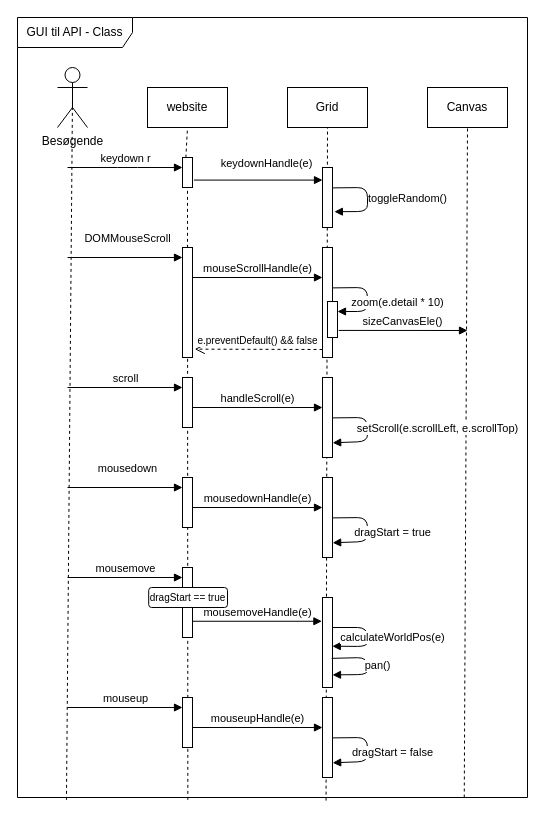
Before: GUI/sekvens/GUI - SD.drawio in I4PRJ-Gridder/Diagrammer, a draw.io diagram. Source tidied: cells renumbered, new cells numbered last; positions are measured from the earlier drawing's top-left corner, leaving out a move shared by most shapes. Both pictures are drawn from the tidied source at 100%, with x=0, y=0 at pixel (17, 17).
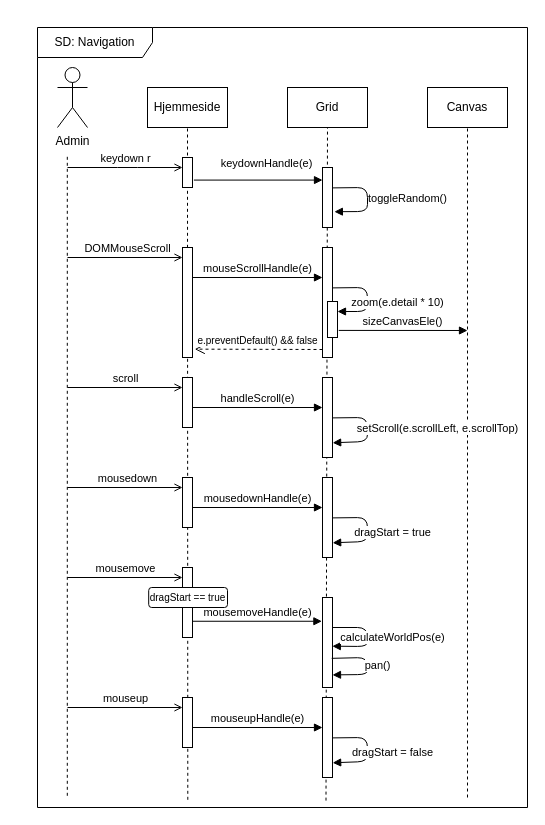
Above is the later version.

Unchanged cells that the change refers to:
```xml
<mxCell id="5" value="Grid" style="rounded=0;whiteSpace=wrap;html=1;" parent="1" vertex="1">
  <mxGeometry x="270" y="70" width="80" height="40" as="geometry" />
</mxCell>
<mxCell id="6" value="Canvas" style="rounded=0;whiteSpace=wrap;html=1;" parent="1" vertex="1">
  <mxGeometry x="410" y="70" width="80" height="40" as="geometry" />
</mxCell>
<mxCell id="11" style="html=1;points=[];perimeter=orthogonalPerimeter;" parent="1" vertex="1">
  <mxGeometry x="165" y="140" width="10" height="30" as="geometry" />
</mxCell>
<mxCell id="15" style="html=1;points=[];perimeter=orthogonalPerimeter;" parent="1" vertex="1">
  <mxGeometry x="165" y="230" width="10" height="110" as="geometry" />
</mxCell>
<mxCell id="25" style="html=1;points=[];perimeter=orthogonalPerimeter;" parent="1" vertex="1">
  <mxGeometry x="165" y="360" width="10" height="50" as="geometry" />
</mxCell>
<mxCell id="30" style="html=1;points=[];perimeter=orthogonalPerimeter;" parent="1" vertex="1">
  <mxGeometry x="165" y="460" width="10" height="50" as="geometry" />
</mxCell>
<mxCell id="35" style="html=1;points=[];perimeter=orthogonalPerimeter;" parent="1" vertex="1">
  <mxGeometry x="165" y="550" width="10" height="70" as="geometry" />
</mxCell>
<mxCell id="40" style="html=1;points=[];perimeter=orthogonalPerimeter;" parent="1" vertex="1">
  <mxGeometry x="165" y="680" width="10" height="50" as="geometry" />
</mxCell>
```

Diff of the diagram source:
```diff
@@
-    <mxCell id="2" value="GUI til API - Class" style="shape=umlFrame;whiteSpace=wrap;html=1;width=115;height=30;" parent="1" vertex="1">
-      <mxGeometry width="510" height="780" as="geometry" />
-    </mxCell>
-    <mxCell id="3" value="Besøgende" style="shape=umlActor;verticalLabelPosition=bottom;verticalAlign=top;html=1;outlineConnect=0;" parent="1" vertex="1">
+    <mxCell id="3" value="Admin" style="shape=umlActor;verticalLabelPosition=bottom;verticalAlign=top;html=1;outlineConnect=0;" parent="1" vertex="1">
       <mxGeometry x="40" y="50" width="30" height="60" as="geometry" />
     </mxCell>
-    <mxCell id="4" value="website" style="rounded=0;whiteSpace=wrap;html=1;" parent="1" vertex="1">
+    <mxCell id="4" value="Hjemmeside" style="rounded=0;whiteSpace=wrap;html=1;" parent="1" vertex="1">
       <mxGeometry x="130" y="70" width="80" height="40" as="geometry" />
     </mxCell>
@@
-    <mxCell id="7" style="endArrow=none;dashed=1;html=1;entryX=0.5;entryY=0.5;entryDx=0;entryDy=0;entryPerimeter=0;exitX=0.096;exitY=1.003;exitDx=0;exitDy=0;exitPerimeter=0;" parent="1" edge="1" source="2" target="3">
-      <mxGeometry relative="1" as="geometry" />
+    <mxCell id="7" style="endArrow=none;dashed=1;html=1;exitX=0.096;exitY=1.003;exitDx=0;exitDy=0;exitPerimeter=0;" parent="1" edge="1">
+      <mxGeometry relative="1" as="geometry">
+        <mxPoint x="49.8" y="778.3" as="sourcePoint" />
+        <mxPoint x="49.8" y="138" as="targetPoint" />
+      </mxGeometry>
     </mxCell>
-    <mxCell id="8" style="endArrow=none;dashed=1;html=1;entryX=0.5;entryY=1;entryDx=0;entryDy=0;exitX=0.171;exitY=1.001;exitDx=0;exitDy=0;exitPerimeter=0;" parent="1" edge="1" source="11" target="4">
-      <mxGeometry relative="1" as="geometry" />
+    <mxCell id="8" style="endArrow=none;dashed=1;html=1;entryX=0.5;entryY=1;entryDx=0;entryDy=0;" parent="1" edge="1" target="4">
+      <mxGeometry relative="1" as="geometry">
+        <mxPoint x="170" y="138" as="sourcePoint" />
+      </mxGeometry>
     </mxCell>
-    <mxCell id="9" style="endArrow=none;dashed=1;html=1;entryX=0.5;entryY=1;entryDx=0;entryDy=0;exitX=0.605;exitY=1.004;exitDx=0;exitDy=0;exitPerimeter=0;" parent="1" edge="1" source="2" target="5">
-      <mxGeometry relative="1" as="geometry" />
+    <mxCell id="9" style="endArrow=none;dashed=1;html=1;entryX=0.5;entryY=1;entryDx=0;entryDy=0;exitX=0.605;exitY=1.004;exitDx=0;exitDy=0;exitPerimeter=0;" parent="1" edge="1" target="5">
+      <mxGeometry relative="1" as="geometry">
+        <mxPoint x="308.5" y="783.1" as="sourcePoint" />
+      </mxGeometry>
     </mxCell>
-    <mxCell id="10" style="endArrow=none;dashed=1;html=1;entryX=0.5;entryY=1;entryDx=0;entryDy=0;exitX=0.876;exitY=1;exitDx=0;exitDy=0;exitPerimeter=0;" parent="1" edge="1" source="2" target="6">
-      <mxGeometry relative="1" as="geometry" />
+    <mxCell id="10" style="endArrow=none;dashed=1;html=1;entryX=0.5;entryY=1;entryDx=0;entryDy=0;" parent="1" edge="1" target="6">
+      <mxGeometry relative="1" as="geometry">
+        <mxPoint x="450" y="780" as="sourcePoint" />
+      </mxGeometry>
     </mxCell>
@@
-    <mxCell id="12" style="endArrow=none;dashed=1;html=1;entryX=0.5;entryY=1;entryDx=0;entryDy=0;exitX=0.334;exitY=1.003;exitDx=0;exitDy=0;exitPerimeter=0;" parent="1" edge="1" source="2" target="11">
-      <mxGeometry relative="1" as="geometry" />
+    <mxCell id="12" style="endArrow=none;dashed=1;html=1;entryX=0.5;entryY=1;entryDx=0;entryDy=0;exitX=0.334;exitY=1.003;exitDx=0;exitDy=0;exitPerimeter=0;" parent="1" edge="1" target="11">
+      <mxGeometry relative="1" as="geometry">
+        <mxPoint x="170.3" y="782.3" as="sourcePoint" />
+      </mxGeometry>
     </mxCell>
@@
-    <mxCell id="14" value="keydown r" style="html=1;verticalAlign=bottom;endArrow=block;" parent="1" edge="1" target="11">
+    <mxCell id="14" value="keydown r" style="html=1;verticalAlign=bottom;endArrow=open;endFill=0;" parent="1" edge="1" target="11">
       <mxGeometry relative="1" as="geometry">
         <mxPoint x="50" y="150" as="sourcePoint" />
         <Array as="points">
           <mxPoint x="110" y="150" />
         </Array>
       </mxGeometry>
     </mxCell>
@@
-    <mxCell id="16" value="DOMMouseScroll" style="html=1;verticalAlign=bottom;endArrow=block;" parent="1" edge="1" target="15">
-      <mxGeometry x="0.04" y="10" relative="1" as="geometry">
+    <mxCell id="16" value="DOMMouseScroll" style="html=1;verticalAlign=bottom;endArrow=open;endFill=0;" parent="1" edge="1" target="15">
+      <mxGeometry x="0.04" relative="1" as="geometry">
         <mxPoint x="50" y="240" as="sourcePoint" />
       </mxGeometry>
     </mxCell>
@@
-    <mxCell id="26" value="scroll" style="html=1;verticalAlign=bottom;endArrow=block;" parent="1" edge="1" target="25">
+    <mxCell id="26" value="scroll" style="html=1;verticalAlign=bottom;endArrow=open;endFill=0;" parent="1" edge="1" target="25">
       <mxGeometry relative="1" as="geometry">
         <mxPoint x="50" y="370" as="sourcePoint" />
       </mxGeometry>
     </mxCell>
@@
-    <mxCell id="31" value="mousedown" style="html=1;verticalAlign=bottom;endArrow=block;" parent="1" edge="1" target="30">
-      <mxGeometry x="0.04" y="10" relative="1" as="geometry">
+    <mxCell id="31" value="mousedown" style="html=1;verticalAlign=bottom;endArrow=open;endFill=0;" parent="1" edge="1" target="30">
+      <mxGeometry x="0.04" relative="1" as="geometry">
         <mxPoint x="50" y="470" as="sourcePoint" />
       </mxGeometry>
     </mxCell>
@@
-    <mxCell id="36" value="mousemove" style="html=1;verticalAlign=bottom;endArrow=block;" parent="1" edge="1" target="35">
+    <mxCell id="36" value="mousemove" style="html=1;verticalAlign=bottom;endArrow=open;endFill=0;" parent="1" edge="1" target="35">
       <mxGeometry relative="1" as="geometry">
         <mxPoint x="50" y="560" as="sourcePoint" />
       </mxGeometry>
     </mxCell>
@@
-    <mxCell id="41" value="mouseup" style="html=1;verticalAlign=bottom;endArrow=block;" parent="1" edge="1" target="40">
+    <mxCell id="41" value="mouseup" style="html=1;verticalAlign=bottom;endArrow=open;endFill=0;" parent="1" edge="1" target="40">
       <mxGeometry relative="1" as="geometry">
         <mxPoint x="50" y="690" as="sourcePoint" />
       </mxGeometry>
     </mxCell>
@@
+    <mxCell id="47" value="SD: Navigation" style="shape=umlFrame;whiteSpace=wrap;html=1;width=115;height=30;" parent="1" vertex="1">
+      <mxGeometry x="20" y="10" width="490" height="780" as="geometry" />
+    </mxCell>
```
